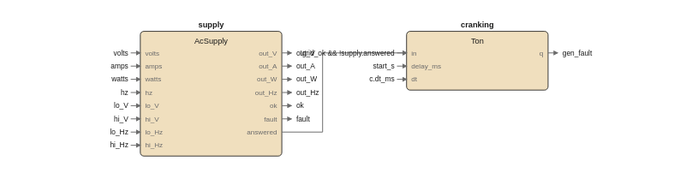
This is images/logic/ac_local_watch_fbd.drawio.svg from pstch/botanik2, a draw.io export, as it was before one commit. Source tidied: cells renumbered, new cells last; positions are measured from the earlier drawing's top-left corner, leaving out a move shared by most shapes.
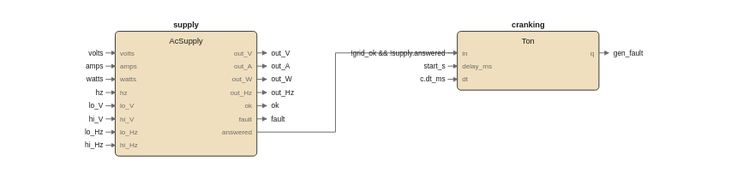
After the commit.

The edit, as a diff of the source:
```diff
@@ -3,251 +3,251 @@
     <mxCell id="0" />
     <mxCell id="1" parent="0" />
     <mxCell id="2" style="rounded=1;fillColor=#f0dfbe;strokeColor=#1a1a1a;whiteSpace=wrap;html=1;fontSize=8;" parent="1" vertex="1">
-      <mxGeometry x="10" y="10" width="118" height="104" as="geometry" />
+      <mxGeometry x="-11" y="10" width="118" height="104" as="geometry" />
     </mxCell>
     <mxCell id="3" value="supply" style="text;html=1;fontSize=6;fontColor=#1a1a1a;align=center;fontStyle=1;" parent="1" vertex="1">
-      <mxGeometry x="69" y="0.4" width="40" height="10.6" as="geometry" />
+      <mxGeometry x="48" y="0.4" width="40" height="10.6" as="geometry" />
     </mxCell>
     <mxCell id="4" value="AcSupply" style="text;html=1;fontSize=6;fontColor=#1a1a1a;align=center;" parent="1" vertex="1">
-      <mxGeometry x="69" y="13.4" width="40" height="10.6" as="geometry" />
+      <mxGeometry x="48" y="13.4" width="40" height="10.6" as="geometry" />
     </mxCell>
     <mxCell id="5" value="volts" style="text;html=1;fontSize=5;fontColor=#6b6b6b;align=left;" parent="1" vertex="1">
-      <mxGeometry x="14" y="24.2" width="40" height="9.8" as="geometry" />
+      <mxGeometry x="-7" y="24.2" width="40" height="9.8" as="geometry" />
     </mxCell>
     <mxCell id="6" value="amps" style="text;html=1;fontSize=5;fontColor=#6b6b6b;align=left;" parent="1" vertex="1">
-      <mxGeometry x="14" y="35.2" width="40" height="9.8" as="geometry" />
+      <mxGeometry x="-7" y="35.2" width="40" height="9.8" as="geometry" />
     </mxCell>
     <mxCell id="7" value="watts" style="text;html=1;fontSize=5;fontColor=#6b6b6b;align=left;" parent="1" vertex="1">
-      <mxGeometry x="14" y="46.2" width="40" height="9.8" as="geometry" />
+      <mxGeometry x="-7" y="46.2" width="40" height="9.8" as="geometry" />
     </mxCell>
     <mxCell id="8" value="hz" style="text;html=1;fontSize=5;fontColor=#6b6b6b;align=left;" parent="1" vertex="1">
-      <mxGeometry x="14" y="57.2" width="40" height="9.8" as="geometry" />
+      <mxGeometry x="-7" y="57.2" width="40" height="9.8" as="geometry" />
     </mxCell>
     <mxCell id="9" value="lo_V" style="text;html=1;fontSize=5;fontColor=#6b6b6b;align=left;" parent="1" vertex="1">
-      <mxGeometry x="14" y="68.2" width="40" height="9.8" as="geometry" />
+      <mxGeometry x="-7" y="68.2" width="40" height="9.8" as="geometry" />
     </mxCell>
     <mxCell id="10" value="hi_V" style="text;html=1;fontSize=5;fontColor=#6b6b6b;align=left;" parent="1" vertex="1">
-      <mxGeometry x="14" y="79.2" width="40" height="9.8" as="geometry" />
+      <mxGeometry x="-7" y="79.2" width="40" height="9.8" as="geometry" />
     </mxCell>
     <mxCell id="11" value="lo_Hz" style="text;html=1;fontSize=5;fontColor=#6b6b6b;align=left;" parent="1" vertex="1">
-      <mxGeometry x="14" y="90.2" width="40" height="9.8" as="geometry" />
+      <mxGeometry x="-7" y="90.2" width="40" height="9.8" as="geometry" />
     </mxCell>
     <mxCell id="12" value="hi_Hz" style="text;html=1;fontSize=5;fontColor=#6b6b6b;align=left;" parent="1" vertex="1">
-      <mxGeometry x="14" y="101.2" width="40" height="9.8" as="geometry" />
+      <mxGeometry x="-7" y="101.2" width="40" height="9.8" as="geometry" />
     </mxCell>
     <mxCell id="13" value="out_V" style="text;html=1;fontSize=5;fontColor=#6b6b6b;align=left;" parent="1" vertex="1">
-      <mxGeometry x="124" y="24.2" width="40" height="9.8" as="geometry" />
+      <mxGeometry x="103" y="24.2" width="40" height="9.8" as="geometry" />
     </mxCell>
     <mxCell id="14" value="out_A" style="text;html=1;fontSize=5;fontColor=#6b6b6b;align=left;" parent="1" vertex="1">
-      <mxGeometry x="124" y="35.2" width="40" height="9.8" as="geometry" />
+      <mxGeometry x="103" y="35.2" width="40" height="9.8" as="geometry" />
     </mxCell>
     <mxCell id="15" value="out_W" style="text;html=1;fontSize=5;fontColor=#6b6b6b;align=left;" parent="1" vertex="1">
-      <mxGeometry x="124" y="46.2" width="40" height="9.8" as="geometry" />
+      <mxGeometry x="103" y="46.2" width="40" height="9.8" as="geometry" />
     </mxCell>
     <mxCell id="16" value="out_Hz" style="text;html=1;fontSize=5;fontColor=#6b6b6b;align=left;" parent="1" vertex="1">
-      <mxGeometry x="124" y="57.2" width="40" height="9.8" as="geometry" />
+      <mxGeometry x="103" y="57.2" width="40" height="9.8" as="geometry" />
     </mxCell>
     <mxCell id="17" value="ok" style="text;html=1;fontSize=5;fontColor=#6b6b6b;align=left;" parent="1" vertex="1">
-      <mxGeometry x="124" y="68.2" width="40" height="9.8" as="geometry" />
+      <mxGeometry x="103" y="68.2" width="40" height="9.8" as="geometry" />
     </mxCell>
     <mxCell id="18" value="fault" style="text;html=1;fontSize=5;fontColor=#6b6b6b;align=left;" parent="1" vertex="1">
-      <mxGeometry x="124" y="79.2" width="40" height="9.8" as="geometry" />
+      <mxGeometry x="103" y="79.2" width="40" height="9.8" as="geometry" />
     </mxCell>
     <mxCell id="19" value="answered" style="text;html=1;fontSize=5;fontColor=#6b6b6b;align=left;" parent="1" vertex="1">
-      <mxGeometry x="124" y="90.2" width="40" height="9.8" as="geometry" />
+      <mxGeometry x="103" y="90.2" width="40" height="9.8" as="geometry" />
     </mxCell>
     <mxCell id="20" style="rounded=1;fillColor=#f0dfbe;strokeColor=#1a1a1a;whiteSpace=wrap;html=1;fontSize=8;" parent="1" vertex="1">
-      <mxGeometry x="232" y="10" width="118" height="49" as="geometry" />
+      <mxGeometry x="274" y="10" width="118" height="49" as="geometry" />
     </mxCell>
     <mxCell id="21" value="cranking" style="text;html=1;fontSize=6;fontColor=#1a1a1a;align=center;fontStyle=1;" parent="1" vertex="1">
-      <mxGeometry x="291" y="0.4" width="40" height="10.6" as="geometry" />
+      <mxGeometry x="333" y="0.4" width="40" height="10.6" as="geometry" />
     </mxCell>
     <mxCell id="22" value="Ton" style="text;html=1;fontSize=6;fontColor=#1a1a1a;align=center;" parent="1" vertex="1">
-      <mxGeometry x="291" y="13.4" width="40" height="10.6" as="geometry" />
+      <mxGeometry x="333" y="13.4" width="40" height="10.6" as="geometry" />
     </mxCell>
     <mxCell id="23" value="in" style="text;html=1;fontSize=5;fontColor=#6b6b6b;align=left;" parent="1" vertex="1">
-      <mxGeometry x="236" y="24.2" width="40" height="9.8" as="geometry" />
+      <mxGeometry x="278" y="24.2" width="40" height="9.8" as="geometry" />
     </mxCell>
     <mxCell id="24" value="delay_ms" style="text;html=1;fontSize=5;fontColor=#6b6b6b;align=left;" parent="1" vertex="1">
-      <mxGeometry x="236" y="35.2" width="40" height="9.8" as="geometry" />
+      <mxGeometry x="278" y="35.2" width="40" height="9.8" as="geometry" />
     </mxCell>
     <mxCell id="25" value="dt" style="text;html=1;fontSize=5;fontColor=#6b6b6b;align=left;" parent="1" vertex="1">
-      <mxGeometry x="236" y="46.2" width="40" height="9.8" as="geometry" />
+      <mxGeometry x="278" y="46.2" width="40" height="9.8" as="geometry" />
     </mxCell>
     <mxCell id="26" value="q" style="text;html=1;fontSize=5;fontColor=#6b6b6b;align=left;" parent="1" vertex="1">
-      <mxGeometry x="346" y="24.2" width="40" height="9.8" as="geometry" />
+      <mxGeometry x="388" y="24.2" width="40" height="9.8" as="geometry" />
     </mxCell>
     <mxCell id="27" style="edgeStyle=none;html=1;strokeColor=#6b6b6b;endArrow=block;" parent="1" edge="1">
       <mxGeometry relative="1" as="geometry">
-        <mxPoint x="128" y="94" as="sourcePoint" />
-        <mxPoint x="232" y="28" as="targetPoint" />
-        <Array as="points">
-          <mxPoint x="162" y="94" />
-          <mxPoint x="162" y="28" />
-        </Array>
+        <mxPoint x="107" y="28" as="sourcePoint" />
+        <mxPoint x="115" y="28" as="targetPoint" />
       </mxGeometry>
     </mxCell>
-    <mxCell id="28" value="volts" style="text;html=1;fontSize=6;fontColor=#1a1a1a;align=left;" parent="1" vertex="1">
-      <mxGeometry y="24" width="40" height="10" as="geometry" />
+    <mxCell id="28" value="out_V" style="text;html=1;fontSize=6;fontColor=#1a1a1a;align=left;" parent="1" vertex="1">
+      <mxGeometry x="119" y="24" width="40" height="10" as="geometry" />
     </mxCell>
     <mxCell id="29" style="edgeStyle=none;html=1;strokeColor=#6b6b6b;endArrow=block;" parent="1" edge="1">
       <mxGeometry relative="1" as="geometry">
-        <mxPoint x="2" y="28" as="sourcePoint" />
-        <mxPoint x="10" y="28" as="targetPoint" />
+        <mxPoint x="107" y="39" as="sourcePoint" />
+        <mxPoint x="115" y="39" as="targetPoint" />
       </mxGeometry>
     </mxCell>
-    <mxCell id="30" value="amps" style="text;html=1;fontSize=6;fontColor=#1a1a1a;align=left;" parent="1" vertex="1">
-      <mxGeometry y="35" width="40" height="10" as="geometry" />
+    <mxCell id="30" value="out_A" style="text;html=1;fontSize=6;fontColor=#1a1a1a;align=left;" parent="1" vertex="1">
+      <mxGeometry x="119" y="35" width="40" height="10" as="geometry" />
     </mxCell>
     <mxCell id="31" style="edgeStyle=none;html=1;strokeColor=#6b6b6b;endArrow=block;" parent="1" edge="1">
       <mxGeometry relative="1" as="geometry">
-        <mxPoint x="2" y="39" as="sourcePoint" />
-        <mxPoint x="10" y="39" as="targetPoint" />
+        <mxPoint x="107" y="50" as="sourcePoint" />
+        <mxPoint x="115" y="50" as="targetPoint" />
       </mxGeometry>
     </mxCell>
-    <mxCell id="32" value="watts" style="text;html=1;fontSize=6;fontColor=#1a1a1a;align=left;" parent="1" vertex="1">
-      <mxGeometry y="46" width="40" height="10" as="geometry" />
+    <mxCell id="32" value="out_W" style="text;html=1;fontSize=6;fontColor=#1a1a1a;align=left;" parent="1" vertex="1">
+      <mxGeometry x="119" y="46" width="40" height="10" as="geometry" />
     </mxCell>
     <mxCell id="33" style="edgeStyle=none;html=1;strokeColor=#6b6b6b;endArrow=block;" parent="1" edge="1">
       <mxGeometry relative="1" as="geometry">
-        <mxPoint x="2" y="50" as="sourcePoint" />
-        <mxPoint x="10" y="50" as="targetPoint" />
+        <mxPoint x="107" y="61" as="sourcePoint" />
+        <mxPoint x="115" y="61" as="targetPoint" />
       </mxGeometry>
     </mxCell>
-    <mxCell id="34" value="hz" style="text;html=1;fontSize=6;fontColor=#1a1a1a;align=left;" parent="1" vertex="1">
-      <mxGeometry y="57" width="40" height="10" as="geometry" />
+    <mxCell id="34" value="out_Hz" style="text;html=1;fontSize=6;fontColor=#1a1a1a;align=left;" parent="1" vertex="1">
+      <mxGeometry x="119" y="57" width="40" height="10" as="geometry" />
     </mxCell>
     <mxCell id="35" style="edgeStyle=none;html=1;strokeColor=#6b6b6b;endArrow=block;" parent="1" edge="1">
       <mxGeometry relative="1" as="geometry">
-        <mxPoint x="2" y="61" as="sourcePoint" />
-        <mxPoint x="10" y="61" as="targetPoint" />
+        <mxPoint x="107" y="72" as="sourcePoint" />
+        <mxPoint x="115" y="72" as="targetPoint" />
       </mxGeometry>
     </mxCell>
-    <mxCell id="36" value="lo_V" style="text;html=1;fontSize=6;fontColor=#1a1a1a;align=left;" parent="1" vertex="1">
-      <mxGeometry y="68" width="40" height="10" as="geometry" />
+    <mxCell id="36" value="ok" style="text;html=1;fontSize=6;fontColor=#1a1a1a;align=left;" parent="1" vertex="1">
+      <mxGeometry x="119" y="68" width="40" height="10" as="geometry" />
     </mxCell>
     <mxCell id="37" style="edgeStyle=none;html=1;strokeColor=#6b6b6b;endArrow=block;" parent="1" edge="1">
       <mxGeometry relative="1" as="geometry">
-        <mxPoint x="2" y="72" as="sourcePoint" />
-        <mxPoint x="10" y="72" as="targetPoint" />
+        <mxPoint x="107" y="83" as="sourcePoint" />
+        <mxPoint x="115" y="83" as="targetPoint" />
       </mxGeometry>
     </mxCell>
-    <mxCell id="38" value="hi_V" style="text;html=1;fontSize=6;fontColor=#1a1a1a;align=left;" parent="1" vertex="1">
-      <mxGeometry y="79" width="40" height="10" as="geometry" />
+    <mxCell id="38" value="fault" style="text;html=1;fontSize=6;fontColor=#1a1a1a;align=left;" parent="1" vertex="1">
+      <mxGeometry x="119" y="79" width="40" height="10" as="geometry" />
     </mxCell>
     <mxCell id="39" style="edgeStyle=none;html=1;strokeColor=#6b6b6b;endArrow=block;" parent="1" edge="1">
       <mxGeometry relative="1" as="geometry">
-        <mxPoint x="2" y="83" as="sourcePoint" />
-        <mxPoint x="10" y="83" as="targetPoint" />
+        <mxPoint x="392" y="28" as="sourcePoint" />
+        <mxPoint x="400" y="28" as="targetPoint" />
       </mxGeometry>
     </mxCell>
-    <mxCell id="40" value="lo_Hz" style="text;html=1;fontSize=6;fontColor=#1a1a1a;align=left;" parent="1" vertex="1">
-      <mxGeometry y="90" width="40" height="10" as="geometry" />
+    <mxCell id="40" value="gen_fault" style="text;html=1;fontSize=6;fontColor=#1a1a1a;align=left;" parent="1" vertex="1">
+      <mxGeometry x="404" y="24" width="45" height="10" as="geometry" />
     </mxCell>
     <mxCell id="41" style="edgeStyle=none;html=1;strokeColor=#6b6b6b;endArrow=block;" parent="1" edge="1">
       <mxGeometry relative="1" as="geometry">
-        <mxPoint x="2" y="94" as="sourcePoint" />
-        <mxPoint x="10" y="94" as="targetPoint" />
+        <mxPoint x="107" y="94" as="sourcePoint" />
+        <mxPoint x="274" y="28" as="targetPoint" />
+        <Array as="points">
+          <mxPoint x="172.5" y="94" />
+          <mxPoint x="172.5" y="28" />
+        </Array>
       </mxGeometry>
     </mxCell>
-    <mxCell id="42" value="hi_Hz" style="text;html=1;fontSize=6;fontColor=#1a1a1a;align=left;" parent="1" vertex="1">
-      <mxGeometry y="101" width="40" height="10" as="geometry" />
+    <mxCell id="42" value="volts" style="text;html=1;fontSize=6;fontColor=#1a1a1a;align=left;" parent="1" vertex="1">
+      <mxGeometry x="-21" y="24" width="40" height="10" as="geometry" />
     </mxCell>
     <mxCell id="43" style="edgeStyle=none;html=1;strokeColor=#6b6b6b;endArrow=block;" parent="1" edge="1">
       <mxGeometry relative="1" as="geometry">
-        <mxPoint x="2" y="105" as="sourcePoint" />
-        <mxPoint x="10" y="105" as="targetPoint" />
+        <mxPoint x="-19" y="28" as="sourcePoint" />
+        <mxPoint x="-11" y="28" as="targetPoint" />
       </mxGeometry>
     </mxCell>
-    <mxCell id="44" value="!grid_ok &amp;&amp; !supply.answered" style="text;html=1;fontSize=6;fontColor=#1a1a1a;align=left;" parent="1" vertex="1">
-      <mxGeometry x="222" y="24" width="140" height="10" as="geometry" />
+    <mxCell id="44" value="amps" style="text;html=1;fontSize=6;fontColor=#1a1a1a;align=left;" parent="1" vertex="1">
+      <mxGeometry x="-21" y="35" width="40" height="10" as="geometry" />
     </mxCell>
     <mxCell id="45" style="edgeStyle=none;html=1;strokeColor=#6b6b6b;endArrow=block;" parent="1" edge="1">
       <mxGeometry relative="1" as="geometry">
-        <mxPoint x="224" y="28" as="sourcePoint" />
-        <mxPoint x="232" y="28" as="targetPoint" />
+        <mxPoint x="-19" y="39" as="sourcePoint" />
+        <mxPoint x="-11" y="39" as="targetPoint" />
       </mxGeometry>
     </mxCell>
-    <mxCell id="46" value="start_s" style="text;html=1;fontSize=6;fontColor=#1a1a1a;align=left;" parent="1" vertex="1">
-      <mxGeometry x="222" y="35" width="40" height="10" as="geometry" />
+    <mxCell id="46" value="watts" style="text;html=1;fontSize=6;fontColor=#1a1a1a;align=left;" parent="1" vertex="1">
+      <mxGeometry x="-21" y="46" width="40" height="10" as="geometry" />
     </mxCell>
     <mxCell id="47" style="edgeStyle=none;html=1;strokeColor=#6b6b6b;endArrow=block;" parent="1" edge="1">
       <mxGeometry relative="1" as="geometry">
-        <mxPoint x="224" y="39" as="sourcePoint" />
-        <mxPoint x="232" y="39" as="targetPoint" />
+        <mxPoint x="-19" y="50" as="sourcePoint" />
+        <mxPoint x="-11" y="50" as="targetPoint" />
       </mxGeometry>
     </mxCell>
-    <mxCell id="48" value="c.dt_ms" style="text;html=1;fontSize=6;fontColor=#1a1a1a;align=left;" parent="1" vertex="1">
-      <mxGeometry x="222" y="46" width="40" height="10" as="geometry" />
+    <mxCell id="48" value="hz" style="text;html=1;fontSize=6;fontColor=#1a1a1a;align=left;" parent="1" vertex="1">
+      <mxGeometry x="-21" y="57" width="40" height="10" as="geometry" />
     </mxCell>
     <mxCell id="49" style="edgeStyle=none;html=1;strokeColor=#6b6b6b;endArrow=block;" parent="1" edge="1">
       <mxGeometry relative="1" as="geometry">
-        <mxPoint x="224" y="50" as="sourcePoint" />
-        <mxPoint x="232" y="50" as="targetPoint" />
+        <mxPoint x="-19" y="61" as="sourcePoint" />
+        <mxPoint x="-11" y="61" as="targetPoint" />
       </mxGeometry>
     </mxCell>
-    <mxCell id="50" style="edgeStyle=none;html=1;strokeColor=#6b6b6b;endArrow=block;" parent="1" edge="1">
-      <mxGeometry relative="1" as="geometry">
-        <mxPoint x="128" y="28" as="sourcePoint" />
-        <mxPoint x="136" y="28" as="targetPoint" />
-      </mxGeometry>
-    </mxCell>
-    <mxCell id="51" value="out_V" style="text;html=1;fontSize=6;fontColor=#1a1a1a;align=left;" parent="1" vertex="1">
-      <mxGeometry x="140" y="24" width="40" height="10" as="geometry" />
-    </mxCell>
-    <mxCell id="52" style="edgeStyle=none;html=1;strokeColor=#6b6b6b;endArrow=block;" parent="1" edge="1">
-      <mxGeometry relative="1" as="geometry">
-        <mxPoint x="128" y="39" as="sourcePoint" />
-        <mxPoint x="136" y="39" as="targetPoint" />
-      </mxGeometry>
-    </mxCell>
-    <mxCell id="53" value="out_A" style="text;html=1;fontSize=6;fontColor=#1a1a1a;align=left;" parent="1" vertex="1">
-      <mxGeometry x="140" y="35" width="40" height="10" as="geometry" />
-    </mxCell>
-    <mxCell id="54" style="edgeStyle=none;html=1;strokeColor=#6b6b6b;endArrow=block;" parent="1" edge="1">
-      <mxGeometry relative="1" as="geometry">
-        <mxPoint x="128" y="50" as="sourcePoint" />
-        <mxPoint x="136" y="50" as="targetPoint" />
-      </mxGeometry>
-    </mxCell>
-    <mxCell id="55" value="out_W" style="text;html=1;fontSize=6;fontColor=#1a1a1a;align=left;" parent="1" vertex="1">
-      <mxGeometry x="140" y="46" width="40" height="10" as="geometry" />
-    </mxCell>
-    <mxCell id="56" style="edgeStyle=none;html=1;strokeColor=#6b6b6b;endArrow=block;" parent="1" edge="1">
-      <mxGeometry relative="1" as="geometry">
-        <mxPoint x="128" y="61" as="sourcePoint" />
-        <mxPoint x="136" y="61" as="targetPoint" />
-      </mxGeometry>
-    </mxCell>
-    <mxCell id="57" value="out_Hz" style="text;html=1;fontSize=6;fontColor=#1a1a1a;align=left;" parent="1" vertex="1">
-      <mxGeometry x="140" y="57" width="40" height="10" as="geometry" />
-    </mxCell>
-    <mxCell id="58" style="edgeStyle=none;html=1;strokeColor=#6b6b6b;endArrow=block;" parent="1" edge="1">
-      <mxGeometry relative="1" as="geometry">
-        <mxPoint x="128" y="72" as="sourcePoint" />
-        <mxPoint x="136" y="72" as="targetPoint" />
-      </mxGeometry>
-    </mxCell>
-    <mxCell id="59" value="ok" style="text;html=1;fontSize=6;fontColor=#1a1a1a;align=left;" parent="1" vertex="1">
-      <mxGeometry x="140" y="68" width="40" height="10" as="geometry" />
-    </mxCell>
-    <mxCell id="60" style="edgeStyle=none;html=1;strokeColor=#6b6b6b;endArrow=block;" parent="1" edge="1">
-      <mxGeometry relative="1" as="geometry">
-        <mxPoint x="128" y="83" as="sourcePoint" />
-        <mxPoint x="136" y="83" as="targetPoint" />
-      </mxGeometry>
-    </mxCell>
-    <mxCell id="61" value="fault" style="text;html=1;fontSize=6;fontColor=#1a1a1a;align=left;" parent="1" vertex="1">
-      <mxGeometry x="140" y="79" width="40" height="10" as="geometry" />
-    </mxCell>
-    <mxCell id="62" style="edgeStyle=none;html=1;strokeColor=#6b6b6b;endArrow=block;" parent="1" edge="1">
-      <mxGeometry relative="1" as="geometry">
-        <mxPoint x="350" y="28" as="sourcePoint" />
-        <mxPoint x="358" y="28" as="targetPoint" />
-      </mxGeometry>
-    </mxCell>
-    <mxCell id="63" value="gen_fault" style="text;html=1;fontSize=6;fontColor=#1a1a1a;align=left;" parent="1" vertex="1">
-      <mxGeometry x="362" y="24" width="45" height="10" as="geometry" />
-    </mxCell>
+    <mxCell id="64" value="lo_V" style="text;html=1;fontSize=6;fontColor=#1a1a1a;align=left;" parent="1" vertex="1">
+      <mxGeometry x="-21" y="68" width="40" height="10" as="geometry" />
+    </mxCell>
+    <mxCell id="65" style="edgeStyle=none;html=1;strokeColor=#6b6b6b;endArrow=block;" parent="1" edge="1">
+      <mxGeometry relative="1" as="geometry">
+        <mxPoint x="-19" y="72" as="sourcePoint" />
+        <mxPoint x="-11" y="72" as="targetPoint" />
+      </mxGeometry>
+    </mxCell>
+    <mxCell id="66" value="hi_V" style="text;html=1;fontSize=6;fontColor=#1a1a1a;align=left;" parent="1" vertex="1">
+      <mxGeometry x="-21" y="79" width="40" height="10" as="geometry" />
+    </mxCell>
+    <mxCell id="67" style="edgeStyle=none;html=1;strokeColor=#6b6b6b;endArrow=block;" parent="1" edge="1">
+      <mxGeometry relative="1" as="geometry">
+        <mxPoint x="-19" y="83" as="sourcePoint" />
+        <mxPoint x="-11" y="83" as="targetPoint" />
+      </mxGeometry>
+    </mxCell>
+    <mxCell id="68" value="lo_Hz" style="text;html=1;fontSize=6;fontColor=#1a1a1a;align=left;" parent="1" vertex="1">
+      <mxGeometry x="-21" y="90" width="40" height="10" as="geometry" />
+    </mxCell>
+    <mxCell id="69" style="edgeStyle=none;html=1;strokeColor=#6b6b6b;endArrow=block;" parent="1" edge="1">
+      <mxGeometry relative="1" as="geometry">
+        <mxPoint x="-19" y="94" as="sourcePoint" />
+        <mxPoint x="-11" y="94" as="targetPoint" />
+      </mxGeometry>
+    </mxCell>
+    <mxCell id="70" value="hi_Hz" style="text;html=1;fontSize=6;fontColor=#1a1a1a;align=left;" parent="1" vertex="1">
+      <mxGeometry x="-21" y="101" width="40" height="10" as="geometry" />
+    </mxCell>
+    <mxCell id="71" style="edgeStyle=none;html=1;strokeColor=#6b6b6b;endArrow=block;" parent="1" edge="1">
+      <mxGeometry relative="1" as="geometry">
+        <mxPoint x="-19" y="105" as="sourcePoint" />
+        <mxPoint x="-11" y="105" as="targetPoint" />
+      </mxGeometry>
+    </mxCell>
+    <mxCell id="72" value="!grid_ok &amp;&amp; !supply.answered" style="text;html=1;fontSize=6;fontColor=#1a1a1a;align=left;" parent="1" vertex="1">
+      <mxGeometry x="264" y="24" width="140" height="10" as="geometry" />
+    </mxCell>
+    <mxCell id="73" style="edgeStyle=none;html=1;strokeColor=#6b6b6b;endArrow=block;" parent="1" edge="1">
+      <mxGeometry relative="1" as="geometry">
+        <mxPoint x="266" y="28" as="sourcePoint" />
+        <mxPoint x="274" y="28" as="targetPoint" />
+      </mxGeometry>
+    </mxCell>
+    <mxCell id="74" value="start_s" style="text;html=1;fontSize=6;fontColor=#1a1a1a;align=left;" parent="1" vertex="1">
+      <mxGeometry x="264" y="35" width="40" height="10" as="geometry" />
+    </mxCell>
+    <mxCell id="75" style="edgeStyle=none;html=1;strokeColor=#6b6b6b;endArrow=block;" parent="1" edge="1">
+      <mxGeometry relative="1" as="geometry">
+        <mxPoint x="266" y="39" as="sourcePoint" />
+        <mxPoint x="274" y="39" as="targetPoint" />
+      </mxGeometry>
+    </mxCell>
+    <mxCell id="76" value="c.dt_ms" style="text;html=1;fontSize=6;fontColor=#1a1a1a;align=left;" parent="1" vertex="1">
+      <mxGeometry x="264" y="46" width="40" height="10" as="geometry" />
+    </mxCell>
+    <mxCell id="77" style="edgeStyle=none;html=1;strokeColor=#6b6b6b;endArrow=block;" parent="1" edge="1">
+      <mxGeometry relative="1" as="geometry">
+        <mxPoint x="266" y="50" as="sourcePoint" />
+        <mxPoint x="274" y="50" as="targetPoint" />
+      </mxGeometry>
+    </mxCell>
   </root>
 </mxGraphModel>
```
